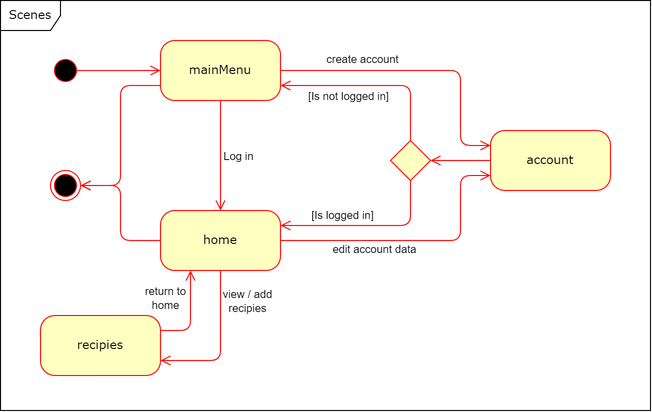
Above: documents/StateChart_Scenes_drawio.png in se-buw/nutri-buddy (draw.io), before the change. Source tidied: cells renumbered, new cells last; positions are measured from the earlier drawing's top-left corner, leaving out a move shared by most shapes.
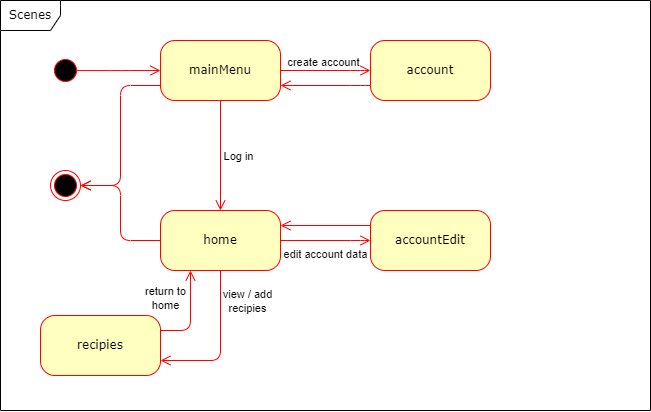
The same diagram one commit later.

Commit message:
overwork overview

The edit, as a diff of the source:
```diff
@@ -44,68 +44,45 @@
       <mxGeometry x="40" y="315" width="120" height="60" as="geometry" />
     </mxCell>
     <mxCell id="13" value="account" style="rounded=1;whiteSpace=wrap;html=1;arcSize=24;fillColor=#FFFFC0;strokeColor=#FF0000;shadow=0;comic=0;labelBackgroundColor=none;fontFamily=Verdana;fontSize=12;fontColor=#000000;align=center;" parent="1" vertex="1">
-      <mxGeometry x="490" y="130" width="120" height="60" as="geometry" />
+      <mxGeometry x="370" y="40" width="120" height="60" as="geometry" />
     </mxCell>
-    <mxCell id="14" style="edgeStyle=orthogonalEdgeStyle;html=1;exitX=1;exitY=0.5;labelBackgroundColor=none;endArrow=open;endSize=8;strokeColor=#ff0000;fontFamily=Verdana;fontSize=12;align=left;exitDx=0;exitDy=0;entryX=0;entryY=0.25;entryDx=0;entryDy=0;" parent="1" edge="1" source="5" target="13">
+    <mxCell id="14" style="edgeStyle=orthogonalEdgeStyle;html=1;exitX=1;exitY=0.5;labelBackgroundColor=none;endArrow=open;endSize=8;strokeColor=#ff0000;fontFamily=Verdana;fontSize=12;align=left;exitDx=0;exitDy=0;entryX=0;entryY=0.5;entryDx=0;entryDy=0;" parent="1" edge="1" source="5" target="13">
       <mxGeometry relative="1" as="geometry">
         <Array as="points">
-          <mxPoint x="460" y="70" />
-          <mxPoint x="460" y="145" />
+          <mxPoint x="360" y="70" />
+          <mxPoint x="360" y="70" />
         </Array>
       </mxGeometry>
     </mxCell>
     <mxCell id="15" value="create account" style="edgeLabel;html=1;align=center;verticalAlign=middle;" parent="14" vertex="1">
       <mxGeometry x="-0.4" y="1" relative="1" as="geometry">
-        <mxPoint x="-5" y="-10" as="offset" />
+        <mxPoint x="15" y="-7" as="offset" />
       </mxGeometry>
     </mxCell>
-    <mxCell id="16" style="edgeStyle=orthogonalEdgeStyle;html=1;exitX=1;exitY=0.5;labelBackgroundColor=none;endArrow=open;endSize=8;strokeColor=#ff0000;fontFamily=Verdana;fontSize=12;align=left;exitDx=0;exitDy=0;entryX=0;entryY=0.75;entryDx=0;entryDy=0;" parent="1" edge="1" source="4" target="13">
+    <mxCell id="16" style="edgeStyle=orthogonalEdgeStyle;html=1;exitX=1;exitY=0.5;labelBackgroundColor=none;endArrow=open;endSize=8;strokeColor=#ff0000;fontFamily=Verdana;fontSize=12;align=left;exitDx=0;exitDy=0;entryX=0;entryY=0.5;entryDx=0;entryDy=0;" parent="1" edge="1" source="4" target="28">
       <mxGeometry relative="1" as="geometry">
         <Array as="points">
-          <mxPoint x="460" y="240" />
-          <mxPoint x="460" y="175" />
+          <mxPoint x="360" y="240" />
+          <mxPoint x="360" y="240" />
         </Array>
       </mxGeometry>
     </mxCell>
     <mxCell id="17" value="edit account data" style="edgeLabel;html=1;align=center;verticalAlign=middle;" parent="16" vertex="1">
       <mxGeometry x="-0.11" y="1" relative="1" as="geometry">
-        <mxPoint x="-29" y="10" as="offset" />
+        <mxPoint x="5" y="15" as="offset" />
       </mxGeometry>
     </mxCell>
-    <mxCell id="18" style="edgeStyle=orthogonalEdgeStyle;html=1;exitX=0;exitY=0.5;labelBackgroundColor=none;endArrow=open;endSize=8;strokeColor=#ff0000;fontFamily=Verdana;fontSize=12;align=left;exitDx=0;exitDy=0;entryX=1;entryY=0.5;entryDx=0;entryDy=0;" parent="1" edge="1" source="13" target="19">
+    <mxCell id="18" style="edgeStyle=orthogonalEdgeStyle;html=1;exitX=0;exitY=0.75;labelBackgroundColor=none;endArrow=open;endSize=8;strokeColor=#ff0000;fontFamily=Verdana;fontSize=12;align=left;exitDx=0;exitDy=0;entryX=1;entryY=0.75;entryDx=0;entryDy=0;" parent="1" edge="1" source="13" target="5">
       <mxGeometry relative="1" as="geometry">
         <Array as="points">
-          <mxPoint x="440" y="160" />
+          <mxPoint x="360" y="85" />
+          <mxPoint x="360" y="85" />
         </Array>
       </mxGeometry>
     </mxCell>
-    <mxCell id="19" style="rhombus;whiteSpace=wrap;html=1;fillColor=#FFFFC0;strokeColor=#FF0000;" parent="1" vertex="1">
-      <mxGeometry x="390" y="140" width="40" height="40" as="geometry" />
-    </mxCell>
-    <mxCell id="20" style="edgeStyle=orthogonalEdgeStyle;html=1;exitX=0.5;exitY=1;labelBackgroundColor=none;endArrow=open;endSize=8;strokeColor=#ff0000;fontFamily=Verdana;fontSize=12;align=left;exitDx=0;exitDy=0;entryX=1;entryY=0.25;entryDx=0;entryDy=0;" parent="1" edge="1" source="19" target="4">
-      <mxGeometry relative="1" as="geometry">
-        <Array as="points">
-          <mxPoint x="410" y="225" />
-        </Array>
-      </mxGeometry>
+    <mxCell id="20" style="edgeStyle=orthogonalEdgeStyle;html=1;exitX=0;exitY=0.25;labelBackgroundColor=none;endArrow=open;endSize=8;strokeColor=#ff0000;fontFamily=Verdana;fontSize=12;align=left;exitDx=0;exitDy=0;entryX=1;entryY=0.25;entryDx=0;entryDy=0;" parent="1" edge="1" source="28" target="4">
+      <mxGeometry relative="1" as="geometry" />
     </mxCell>
-    <mxCell id="21" value="[Is logged in]" style="edgeLabel;html=1;align=center;verticalAlign=middle;" parent="20" vertex="1">
-      <mxGeometry x="-0.61" y="1" relative="1" as="geometry">
-        <mxPoint x="-69" as="offset" />
-      </mxGeometry>
-    </mxCell>
-    <mxCell id="22" style="edgeStyle=orthogonalEdgeStyle;html=1;exitX=0.5;exitY=0;labelBackgroundColor=none;endArrow=open;endSize=8;strokeColor=#ff0000;fontFamily=Verdana;fontSize=12;align=left;exitDx=0;exitDy=0;entryX=1;entryY=0.75;entryDx=0;entryDy=0;" parent="1" edge="1" source="19" target="5">
-      <mxGeometry relative="1" as="geometry">
-        <Array as="points">
-          <mxPoint x="410" y="85" />
-        </Array>
-      </mxGeometry>
-    </mxCell>
-    <mxCell id="23" value="[Is not logged in]" style="edgeLabel;html=1;align=center;verticalAlign=middle;" parent="22" vertex="1">
-      <mxGeometry x="-0.81" y="2" relative="1" as="geometry">
-        <mxPoint x="-60" y="-27" as="offset" />
-      </mxGeometry>
-    </mxCell>
     <mxCell id="24" style="edgeStyle=orthogonalEdgeStyle;html=1;labelBackgroundColor=none;endArrow=open;endSize=8;strokeColor=#ff0000;fontFamily=Verdana;fontSize=12;align=left;exitX=0;exitY=0.75;exitDx=0;exitDy=0;entryX=1;entryY=0.5;entryDx=0;entryDy=0;" parent="1" edge="1" source="5" target="11">
       <mxGeometry relative="1" as="geometry" />
     </mxCell>
@@ -129,5 +106,8 @@
         <mxPoint x="59" y="-6" as="offset" />
       </mxGeometry>
     </mxCell>
+    <mxCell id="28" value="accountEdit" style="rounded=1;whiteSpace=wrap;html=1;arcSize=24;fillColor=#FFFFC0;strokeColor=#FF0000;shadow=0;comic=0;labelBackgroundColor=none;fontFamily=Verdana;fontSize=12;fontColor=#000000;align=center;" parent="1" vertex="1">
+      <mxGeometry x="370" y="210" width="120" height="60" as="geometry" />
+    </mxCell>
   </root>
 </mxGraphModel>
```
